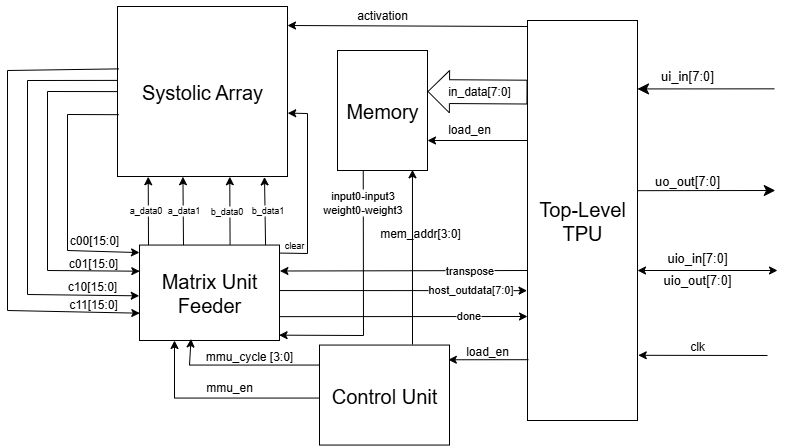
Before: docs/ECE298A-TPU.png, a diagram exported from draw.io (WilliamZhang20/ECE298A-TPU). Source tidied: cells renumbered, new cells last; positions are measured from the earlier drawing's top-left corner, leaving out a move shared by most shapes.
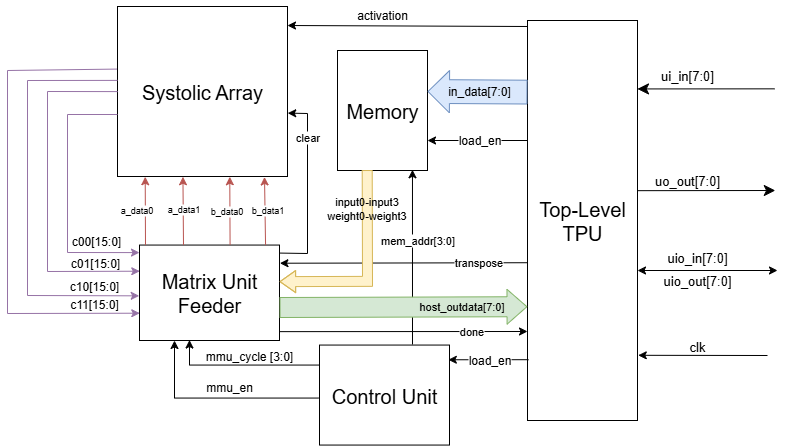
Above is the later version.

Commit message:
Upload better block diagram

The edit, as a diff of the source:
```diff
@@ -47,7 +47,7 @@
     <mxCell id="13" value="uio_out&lt;span style=&quot;background-color: transparent; color: light-dark(rgb(0, 0, 0), rgb(255, 255, 255));&quot;&gt;[7:0]&lt;/span&gt;" style="text;html=1;align=center;verticalAlign=middle;whiteSpace=wrap;rounded=0;fontSize=13;" parent="1" vertex="1">
       <mxGeometry x="660" y="259" width="60" height="41" as="geometry" />
     </mxCell>
-    <mxCell id="14" style="shape=flexArrow;endArrow=classic;html=1;rounded=0;endWidth=17.460317460317462;endSize=6.828571428571428;width=23.80952380952381;" parent="1" edge="1">
+    <mxCell id="14" style="shape=flexArrow;endArrow=classic;html=1;rounded=0;endWidth=17.460317460317462;endSize=6.828571428571428;width=23.80952380952381;fillColor=#dae8fc;strokeColor=#6c8ebf;" parent="1" edge="1">
       <mxGeometry relative="1" as="geometry">
         <mxPoint x="520" y="91.6" as="sourcePoint" />
         <mxPoint x="420" y="91" as="targetPoint" />
@@ -61,18 +61,22 @@
         <mxPoint x="520" y="140" as="sourcePoint" />
       </mxGeometry>
     </mxCell>
-    <mxCell id="17" value="load_en" style="text;html=1;align=center;verticalAlign=middle;whiteSpace=wrap;rounded=0;" parent="1" vertex="1">
-      <mxGeometry x="432" y="114" width="60" height="30" as="geometry" />
-    </mxCell>
+    <mxCell id="59" value="&lt;span style=&quot;font-size: 12px; text-wrap-mode: wrap;&quot;&gt;load_en&lt;/span&gt;" style="edgeLabel;html=1;align=center;verticalAlign=middle;labelBackgroundColor=#FFFFFF;" parent="16" vertex="1">
+      <mxGeometry x="-0.08" relative="1" as="geometry">
+        <mxPoint x="-2" as="offset" />
+      </mxGeometry>
+    </mxCell>
     <mxCell id="18" style="endArrow=classic;html=1;rounded=0;entryX=0.833;entryY=0.994;entryDx=0;entryDy=0;entryPerimeter=0;" parent="1" edge="1" target="4">
       <mxGeometry relative="1" as="geometry">
         <mxPoint x="405" y="344" as="sourcePoint" />
       </mxGeometry>
     </mxCell>
-    <mxCell id="19" value="mem_addr[3:0]" style="text;html=1;align=center;verticalAlign=middle;whiteSpace=wrap;rounded=0;" parent="1" vertex="1">
-      <mxGeometry x="383" y="217.6" width="60" height="30" as="geometry" />
+    <mxCell id="19" value="mem_addr[3:0]" style="edgeLabel;html=1;align=center;verticalAlign=middle;" parent="18" vertex="1">
+      <mxGeometry x="0.29" relative="1" as="geometry">
+        <mxPoint x="5" y="8" as="offset" />
+      </mxGeometry>
     </mxCell>
-    <mxCell id="20" style="endArrow=classic;html=1;rounded=0;entryX=0.368;entryY=0.984;entryDx=0;entryDy=0;entryPerimeter=0;" parent="1" edge="1" target="6">
+    <mxCell id="20" style="endArrow=classic;html=1;rounded=0;entryX=0.357;entryY=0.995;entryDx=0;entryDy=0;entryPerimeter=0;" parent="1" edge="1" target="6">
       <mxGeometry relative="1" as="geometry">
         <mxPoint x="312" y="364.6" as="sourcePoint" />
         <Array as="points">
@@ -83,55 +87,55 @@
     <mxCell id="21" value="mmu_cycle [3:0]" style="text;html=1;align=center;verticalAlign=middle;whiteSpace=wrap;rounded=0;" parent="1" vertex="1">
       <mxGeometry x="192" y="340.6" width="100" height="30" as="geometry" />
     </mxCell>
-    <mxCell id="22" style="endArrow=classic;html=1;rounded=0;entryX=0.256;entryY=0.922;entryDx=0;entryDy=0;entryPerimeter=0;" parent="1" edge="1">
+    <mxCell id="22" style="endArrow=classic;html=1;rounded=0;entryX=0.256;entryY=0.922;entryDx=0;entryDy=0;entryPerimeter=0;fillColor=#f8cecc;strokeColor=#b85450;" parent="1" edge="1">
       <mxGeometry relative="1" as="geometry">
-        <mxPoint x="141" y="244.6" as="sourcePoint" />
-        <mxPoint x="140.7" y="176.2" as="targetPoint" />
+        <mxPoint x="138" y="244.6" as="sourcePoint" />
+        <mxPoint x="137.7" y="176.2" as="targetPoint" />
       </mxGeometry>
     </mxCell>
     <mxCell id="23" value="a_data0" style="edgeLabel;html=1;align=center;verticalAlign=middle;fontSize=9;" parent="22" vertex="1">
       <mxGeometry x="0.12" relative="1" as="geometry">
-        <mxPoint x="-3" y="3" as="offset" />
+        <mxPoint x="-9" y="3" as="offset" />
       </mxGeometry>
     </mxCell>
-    <mxCell id="24" style="endArrow=classic;html=1;rounded=0;exitX=0.08;exitY=0.55;exitDx=0;exitDy=0;exitPerimeter=0;entryX=0.002;entryY=0.274;entryDx=0;entryDy=0;entryPerimeter=0;" parent="1" edge="1" target="6">
+    <mxCell id="24" style="endArrow=classic;html=1;rounded=0;exitX=0.08;exitY=0.55;exitDx=0;exitDy=0;exitPerimeter=0;entryX=0.002;entryY=0.274;entryDx=0;entryDy=0;entryPerimeter=0;fillColor=#e1d5e7;strokeColor=#9673a6;" parent="1" edge="1" target="6">
       <mxGeometry relative="1" as="geometry">
         <mxPoint x="110.2" y="91.1" as="sourcePoint" />
         <Array as="points">
           <mxPoint x="40" y="91" />
-          <mxPoint x="40" y="270" />
+          <mxPoint x="40" y="271" />
         </Array>
       </mxGeometry>
     </mxCell>
-    <mxCell id="25" style="endArrow=classic;html=1;rounded=0;exitX=0.079;exitY=0.445;exitDx=0;exitDy=0;exitPerimeter=0;entryX=-0.002;entryY=0.532;entryDx=0;entryDy=0;entryPerimeter=0;" parent="1" edge="1" source="2" target="6">
+    <mxCell id="25" style="endArrow=classic;html=1;rounded=0;exitX=0.079;exitY=0.445;exitDx=0;exitDy=0;exitPerimeter=0;entryX=-0.002;entryY=0.532;entryDx=0;entryDy=0;entryPerimeter=0;fillColor=#e1d5e7;strokeColor=#9673a6;" parent="1" edge="1" source="2" target="6">
       <mxGeometry relative="1" as="geometry">
         <Array as="points">
           <mxPoint x="20" y="80" />
-          <mxPoint x="20" y="294" />
+          <mxPoint x="20" y="295" />
         </Array>
       </mxGeometry>
     </mxCell>
-    <mxCell id="26" style="endArrow=classic;html=1;rounded=0;exitX=0.085;exitY=0.388;exitDx=0;exitDy=0;exitPerimeter=0;entryX=0.002;entryY=0.714;entryDx=0;entryDy=0;entryPerimeter=0;" parent="1" edge="1" source="2" target="6">
+    <mxCell id="26" style="endArrow=classic;html=1;rounded=0;exitX=0.076;exitY=0.389;exitDx=0;exitDy=0;exitPerimeter=0;entryX=0.002;entryY=0.714;entryDx=0;entryDy=0;entryPerimeter=0;fillColor=#e1d5e7;strokeColor=#9673a6;" parent="1" edge="1" source="2" target="6">
       <mxGeometry relative="1" as="geometry">
         <Array as="points">
           <mxPoint y="70" />
-          <mxPoint y="310" />
+          <mxPoint y="313" />
         </Array>
       </mxGeometry>
     </mxCell>
     <mxCell id="27" value="c00[15:0]" style="text;html=1;align=center;verticalAlign=middle;whiteSpace=wrap;rounded=0;" parent="1" vertex="1">
-      <mxGeometry x="62" y="224.6" width="50" height="30" as="geometry" />
+      <mxGeometry x="64" y="225.6" width="50" height="30" as="geometry" />
     </mxCell>
     <mxCell id="28" value="c01[15:0]" style="text;html=1;align=center;verticalAlign=middle;whiteSpace=wrap;rounded=0;" parent="1" vertex="1">
-      <mxGeometry x="61" y="247.6" width="50" height="30" as="geometry" />
+      <mxGeometry x="63" y="247.6" width="50" height="30" as="geometry" />
     </mxCell>
     <mxCell id="29" value="c10[15:0]" style="text;html=1;align=center;verticalAlign=middle;whiteSpace=wrap;rounded=0;" parent="1" vertex="1">
-      <mxGeometry x="60" y="270.6" width="50" height="30" as="geometry" />
+      <mxGeometry x="62" y="270.6" width="50" height="30" as="geometry" />
     </mxCell>
     <mxCell id="30" value="c11&lt;span style=&quot;background-color: transparent; color: light-dark(rgb(0, 0, 0), rgb(255, 255, 255));&quot;&gt;[15:0]&lt;/span&gt;" style="text;html=1;align=center;verticalAlign=middle;whiteSpace=wrap;rounded=0;" parent="1" vertex="1">
-      <mxGeometry x="61" y="288.6" width="50" height="30" as="geometry" />
+      <mxGeometry x="62" y="288.6" width="50" height="30" as="geometry" />
     </mxCell>
-    <mxCell id="31" style="endArrow=classic;html=1;rounded=0;entryX=0.418;entryY=0.922;entryDx=0;entryDy=0;entryPerimeter=0;" parent="1" edge="1">
+    <mxCell id="31" style="endArrow=classic;html=1;rounded=0;entryX=0.418;entryY=0.922;entryDx=0;entryDy=0;entryPerimeter=0;fillColor=#f8cecc;strokeColor=#b85450;" parent="1" edge="1">
       <mxGeometry relative="1" as="geometry">
         <mxPoint x="176" y="244.6" as="sourcePoint" />
         <mxPoint x="175.4" y="176.2" as="targetPoint" />
@@ -142,7 +146,7 @@
         <mxPoint x="1" y="3" as="offset" />
       </mxGeometry>
     </mxCell>
-    <mxCell id="33" style="endArrow=classic;html=1;rounded=0;entryX=0.635;entryY=0.922;entryDx=0;entryDy=0;entryPerimeter=0;exitX=0.647;exitY=-0.005;exitDx=0;exitDy=0;exitPerimeter=0;" parent="1" edge="1">
+    <mxCell id="33" style="endArrow=classic;html=1;rounded=0;entryX=0.635;entryY=0.922;entryDx=0;entryDy=0;entryPerimeter=0;exitX=0.647;exitY=-0.005;exitDx=0;exitDy=0;exitPerimeter=0;fillColor=#f8cecc;strokeColor=#b85450;" parent="1" edge="1">
       <mxGeometry relative="1" as="geometry">
         <mxPoint x="222.6" y="244.2" as="sourcePoint" />
         <mxPoint x="222.3" y="176.2" as="targetPoint" />
@@ -153,7 +157,7 @@
         <mxPoint x="-5" y="6" as="offset" />
       </mxGeometry>
     </mxCell>
-    <mxCell id="35" style="endArrow=classic;html=1;rounded=0;entryX=0.819;entryY=0.923;entryDx=0;entryDy=0;entryPerimeter=0;exitX=0.647;exitY=-0.005;exitDx=0;exitDy=0;exitPerimeter=0;" parent="1" edge="1">
+    <mxCell id="35" style="endArrow=classic;html=1;rounded=0;entryX=0.819;entryY=0.923;entryDx=0;entryDy=0;entryPerimeter=0;exitX=0.647;exitY=-0.005;exitDx=0;exitDy=0;exitPerimeter=0;fillColor=#f8cecc;strokeColor=#b85450;" parent="1" edge="1">
       <mxGeometry relative="1" as="geometry">
         <mxPoint x="258.1" y="244.6" as="sourcePoint" />
         <mxPoint x="257" y="176.4" as="targetPoint" />
@@ -178,7 +182,7 @@
         <mxPoint x="760" y="355" as="sourcePoint" />
       </mxGeometry>
     </mxCell>
-    <mxCell id="41" value="clk" style="text;html=1;align=center;verticalAlign=middle;whiteSpace=wrap;rounded=0;" parent="1" vertex="1">
+    <mxCell id="41" value="clk" style="text;html=1;align=center;verticalAlign=middle;whiteSpace=wrap;rounded=0;fontSize=13;" parent="1" vertex="1">
       <mxGeometry x="660" y="331" width="60" height="30" as="geometry" />
     </mxCell>
     <mxCell id="42" style="endArrow=classic;html=1;rounded=0;" parent="1" edge="1">
@@ -192,13 +196,13 @@
     </mxCell>
     <mxCell id="44" style="endArrow=classic;html=1;rounded=0;exitX=0;exitY=0.626;exitDx=0;exitDy=0;exitPerimeter=0;entryX=1.003;entryY=0.276;entryDx=0;entryDy=0;entryPerimeter=0;" parent="1" edge="1">
       <mxGeometry relative="1" as="geometry">
-        <mxPoint x="520" y="270" as="sourcePoint" />
-        <mxPoint x="272.4" y="270.5" as="targetPoint" />
+        <mxPoint x="520" y="262.2" as="sourcePoint" />
+        <mxPoint x="272.4" y="262.7" as="targetPoint" />
       </mxGeometry>
     </mxCell>
     <mxCell id="45" value="transpose" style="edgeLabel;html=1;align=center;verticalAlign=middle;" parent="44" vertex="1">
       <mxGeometry x="-0.61" y="-1" relative="1" as="geometry">
-        <mxPoint x="-10" as="offset" />
+        <mxPoint x="-1" as="offset" />
       </mxGeometry>
     </mxCell>
     <mxCell id="46" style="endArrow=classic;html=1;rounded=0;entryX=0.25;entryY=1;entryDx=0;entryDy=0;" parent="1" edge="1" target="6">
@@ -212,44 +216,23 @@
     <mxCell id="47" value="mmu_en" style="text;html=1;align=center;verticalAlign=middle;whiteSpace=wrap;rounded=0;" parent="1" vertex="1">
       <mxGeometry x="192" y="371.6" width="60" height="30" as="geometry" />
     </mxCell>
-    <mxCell id="48" style="endArrow=classic;html=1;rounded=0;exitX=0.286;exitY=0.996;exitDx=0;exitDy=0;exitPerimeter=0;entryX=0.997;entryY=0.944;entryDx=0;entryDy=0;entryPerimeter=0;" parent="1" edge="1" source="4" target="6">
-      <mxGeometry relative="1" as="geometry">
-        <Array as="points">
-          <mxPoint x="356" y="335" />
-        </Array>
-      </mxGeometry>
-    </mxCell>
-    <mxCell id="49" value="input0-input3&lt;br&gt;weight0-weight3" style="edgeLabel;html=1;align=center;verticalAlign=middle;" parent="48" vertex="1">
-      <mxGeometry x="-0.67" y="-1" relative="1" as="geometry">
-        <mxPoint y="-9" as="offset" />
-      </mxGeometry>
-    </mxCell>
-    <mxCell id="50" value="load_en" style="text;html=1;align=center;verticalAlign=middle;whiteSpace=wrap;rounded=0;" parent="1" vertex="1">
-      <mxGeometry x="450" y="336" width="60" height="30" as="geometry" />
-    </mxCell>
     <mxCell id="51" style="endArrow=classic;html=1;rounded=0;entryX=0.991;entryY=0.147;entryDx=0;entryDy=0;exitX=0.009;exitY=0.848;exitDx=0;exitDy=0;entryPerimeter=0;exitPerimeter=0;" parent="1" edge="1" source="3" target="5">
       <mxGeometry relative="1" as="geometry" />
     </mxCell>
+    <mxCell id="60" value="&lt;span style=&quot;font-size: 12px; text-wrap-mode: wrap;&quot;&gt;load_en&lt;/span&gt;" style="edgeLabel;html=1;align=center;verticalAlign=middle;labelBackgroundColor=#FFFFFF;" parent="51" vertex="1">
+      <mxGeometry x="-0.24" y="-1" relative="1" as="geometry">
+        <mxPoint x="-9" y="1" as="offset" />
+      </mxGeometry>
+    </mxCell>
-    <mxCell id="52" style="endArrow=classic;html=1;rounded=0;exitX=0.085;exitY=0.694;exitDx=0;exitDy=0;exitPerimeter=0;entryX=0;entryY=0.079;entryDx=0;entryDy=0;entryPerimeter=0;" parent="1" edge="1" target="6">
+    <mxCell id="52" style="endArrow=classic;html=1;rounded=0;entryX=0;entryY=0.079;entryDx=0;entryDy=0;entryPerimeter=0;fillColor=#e1d5e7;strokeColor=#9673a6;" parent="1" edge="1" target="6">
       <mxGeometry relative="1" as="geometry">
-        <mxPoint x="111.2" y="114.2" as="sourcePoint" />
+        <mxPoint x="110" y="114" as="sourcePoint" />
         <Array as="points">
           <mxPoint x="60" y="114" />
-          <mxPoint x="60" y="250" />
+          <mxPoint x="60" y="252" />
         </Array>
       </mxGeometry>
     </mxCell>
-    <mxCell id="53" style="endArrow=classic;html=1;rounded=0;exitX=0.999;exitY=0.529;exitDx=0;exitDy=0;entryX=-0.004;entryY=0.667;entryDx=0;entryDy=0;entryPerimeter=0;exitPerimeter=0;" parent="1" edge="1">
-      <mxGeometry relative="1" as="geometry">
-        <mxPoint x="271.9" y="290" as="sourcePoint" />
-        <mxPoint x="519.6" y="290.1" as="targetPoint" />
-      </mxGeometry>
-    </mxCell>
-    <mxCell id="54" value="host_outdata[7:0]" style="edgeLabel;html=1;align=center;verticalAlign=middle;" parent="53" vertex="1">
-      <mxGeometry x="-0.69" y="-2" relative="1" as="geometry">
-        <mxPoint x="152" y="-3" as="offset" />
-      </mxGeometry>
-    </mxCell>
     <mxCell id="55" style="endArrow=classic;html=1;rounded=0;exitX=1.005;exitY=0.084;exitDx=0;exitDy=0;exitPerimeter=0;entryX=0.922;entryY=0.607;entryDx=0;entryDy=0;entryPerimeter=0;" parent="1" edge="1" source="6" target="2">
       <mxGeometry relative="1" as="geometry">
         <Array as="points">
@@ -258,18 +241,43 @@
         </Array>
       </mxGeometry>
     </mxCell>
-    <mxCell id="56" value="&lt;font style=&quot;font-size: 9px;&quot;&gt;clear&lt;/font&gt;" style="text;html=1;align=center;verticalAlign=middle;whiteSpace=wrap;rounded=0;" parent="1" vertex="1">
-      <mxGeometry x="257" y="228.6" width="60" height="30" as="geometry" />
+    <mxCell id="56" value="&lt;span style=&quot;text-wrap-mode: wrap;&quot;&gt;clear&lt;/span&gt;" style="edgeLabel;html=1;align=center;verticalAlign=middle;labelBackgroundColor=light-dark(#FFFFFF,transparent);fontSize=11;" parent="55" vertex="1">
+      <mxGeometry x="0.54" relative="1" as="geometry" />
     </mxCell>
-    <mxCell id="57" style="endArrow=classic;html=1;rounded=0;exitX=1;exitY=0.75;exitDx=0;exitDy=0;" parent="1" edge="1" source="6">
+    <mxCell id="57" style="endArrow=classic;html=1;rounded=0;exitX=1;exitY=0.75;exitDx=0;exitDy=0;" parent="1" edge="1">
       <mxGeometry relative="1" as="geometry">
-        <mxPoint x="520" y="316" as="targetPoint" />
+        <mxPoint x="272" y="331.1" as="sourcePoint" />
+        <mxPoint x="520" y="331" as="targetPoint" />
       </mxGeometry>
     </mxCell>
     <mxCell id="58" value="done" style="edgeLabel;html=1;align=center;verticalAlign=middle;" parent="57" vertex="1">
       <mxGeometry x="-0.88" relative="1" as="geometry">
-        <mxPoint x="174" y="-2" as="offset" />
+        <mxPoint x="176" as="offset" />
       </mxGeometry>
     </mxCell>
+    <mxCell id="61" style="shape=flexArrow;endArrow=classic;html=1;rounded=0;entryX=1;entryY=0.5;entryDx=0;entryDy=0;endWidth=11.03448275862069;endSize=4.875862068965517;fillColor=#fff2cc;strokeColor=#d6b656;exitX=0.33;exitY=0.996;exitDx=0;exitDy=0;exitPerimeter=0;" parent="1" edge="1" source="4">
+      <mxGeometry relative="1" as="geometry">
+        <mxPoint x="272" y="281.1" as="targetPoint" />
+        <Array as="points">
+          <mxPoint x="360" y="280.9" />
+        </Array>
+      </mxGeometry>
+    </mxCell>
+    <mxCell id="49" value="input0-input3&lt;div&gt;weight0-weight3&lt;/div&gt;" style="edgeLabel;html=1;align=center;verticalAlign=middle;labelBackgroundColor=none;" parent="61" vertex="1">
+      <mxGeometry x="-0.61" relative="1" as="geometry">
+        <mxPoint x="-1" as="offset" />
+      </mxGeometry>
+    </mxCell>
+    <mxCell id="62" style="shape=flexArrow;endArrow=classic;html=1;rounded=0;entryX=-0.019;entryY=0.723;entryDx=0;entryDy=0;entryPerimeter=0;fillColor=#d5e8d4;strokeColor=#82b366;width=20;endSize=6.293333333333333;endWidth=13.84;labelBackgroundColor=#FFFFFF;" parent="1" edge="1">
+      <mxGeometry x="0.44" relative="1" as="geometry">
+        <mxPoint x="272" y="307" as="sourcePoint" />
+        <mxPoint x="519.9" y="306.2" as="targetPoint" />
+      </mxGeometry>
+    </mxCell>
+    <mxCell id="54" value="host_outdata[7:0]" style="edgeLabel;html=1;align=center;verticalAlign=middle;labelBackgroundColor=none;" parent="62" vertex="1">
+      <mxGeometry x="0.44" y="6" relative="1" as="geometry">
+        <mxPoint x="3" y="5" as="offset" />
+      </mxGeometry>
+    </mxCell>
   </root>
 </mxGraphModel>
```
